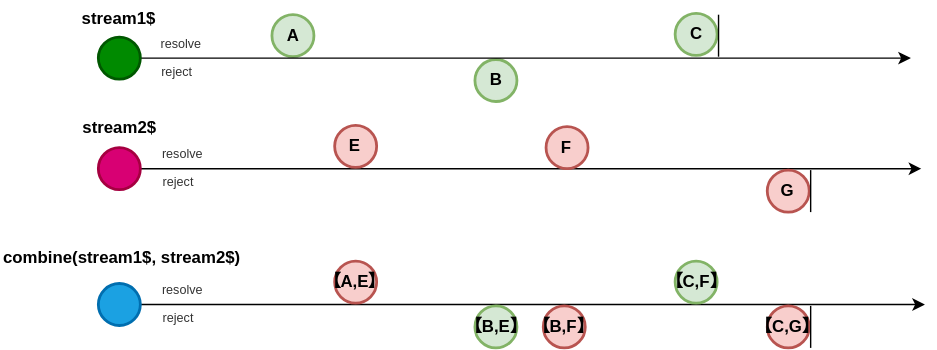
fluthjs/fluth-doc keeps this draw.io diagram as docs/public/combine.drawio.svg. Above is the earlier version. Source tidied: cells renumbered, new cells last; positions are measured from the earlier drawing's top-left corner, leaving out a move shared by most shapes. Its diagram source:
```xml
<mxGraphModel>
  <root>
    <mxCell id="0" />
    <mxCell id="1" parent="0" />
    <mxCell id="2" style="edgeStyle=orthogonalEdgeStyle;rounded=0;jettySize=auto;html=1;exitX=1;exitY=0.5;exitDx=0;exitDy=0;" parent="1" edge="1" source="5">
      <mxGeometry relative="1" as="geometry">
        <mxPoint x="657.4" y="120" as="targetPoint" />
        <Array as="points">
          <mxPoint x="109.4" y="120" />
        </Array>
      </mxGeometry>
    </mxCell>
    <mxCell id="3" value="&lt;b&gt;stream1$&lt;/b&gt;" style="text;html=1;align=center;verticalAlign=middle;whiteSpace=wrap;rounded=0;" parent="1" vertex="1">
      <mxGeometry x="2.1" width="165" height="26" as="geometry" />
    </mxCell>
    <mxCell id="4" value="&lt;b&gt;stream2$&lt;/b&gt;" style="text;html=1;align=center;verticalAlign=middle;whiteSpace=wrap;rounded=0;" parent="1" vertex="1">
      <mxGeometry x="9.6" y="78" width="150" height="26" as="geometry" />
    </mxCell>
    <mxCell id="5" style="ellipse;whiteSpace=wrap;html=1;strokeWidth=2;fontStyle=1;fillColor=#d80073;fontColor=#ffffff;strokeColor=#A50040;" parent="1" vertex="1">
      <mxGeometry x="69.6" y="105" width="30" height="30" as="geometry" />
    </mxCell>
    <mxCell id="6" value="A" style="ellipse;whiteSpace=wrap;html=1;strokeWidth=2;fontStyle=1;fillColor=#d5e8d4;strokeColor=#82b366;" parent="1" vertex="1">
      <mxGeometry x="193.6" y="10" width="30" height="30" as="geometry" />
    </mxCell>
    <mxCell id="7" value="B" style="ellipse;whiteSpace=wrap;html=1;strokeWidth=2;fontStyle=1;fillColor=#d5e8d4;strokeColor=#82b366;" parent="1" vertex="1">
      <mxGeometry x="338.6" y="42" width="30" height="30" as="geometry" />
    </mxCell>
    <mxCell id="8" value="C" style="ellipse;whiteSpace=wrap;html=1;strokeWidth=2;fontStyle=1;fillColor=#d5e8d4;strokeColor=#82b366;" parent="1" vertex="1">
      <mxGeometry x="481.6" y="9" width="30" height="30" as="geometry" />
    </mxCell>
    <mxCell id="9" value="E" style="ellipse;whiteSpace=wrap;html=1;strokeWidth=2;fontStyle=1;fillColor=#f8cecc;strokeColor=#b85450;" parent="1" vertex="1">
      <mxGeometry x="238.4" y="89" width="30" height="30" as="geometry" />
    </mxCell>
    <mxCell id="10" value="F" style="ellipse;whiteSpace=wrap;html=1;strokeWidth=2;fontStyle=1;fillColor=#f8cecc;strokeColor=#b85450;" parent="1" vertex="1">
      <mxGeometry x="389.4" y="90" width="30" height="30" as="geometry" />
    </mxCell>
    <mxCell id="11" value="G" style="ellipse;whiteSpace=wrap;html=1;strokeWidth=2;fontStyle=1;fillColor=#f8cecc;strokeColor=#b85450;" parent="1" vertex="1">
      <mxGeometry x="547.4" y="121" width="30" height="30" as="geometry" />
    </mxCell>
    <mxCell id="12" style="endArrow=none;html=1;rounded=0;strokeWidth=1;" parent="1" edge="1">
      <mxGeometry relative="1" as="geometry">
        <mxPoint x="512.6" y="40" as="sourcePoint" />
        <mxPoint x="512.6" y="10" as="targetPoint" />
      </mxGeometry>
    </mxCell>
    <mxCell id="13" style="endArrow=none;html=1;rounded=0;strokeWidth=1;" parent="1" edge="1">
      <mxGeometry relative="1" as="geometry">
        <mxPoint x="578.4" y="151" as="sourcePoint" />
        <mxPoint x="578.4" y="121" as="targetPoint" />
      </mxGeometry>
    </mxCell>
    <mxCell id="14" value="combine(stream1$, stream2$)" style="text;whiteSpace=wrap;strokeWidth=1;fontStyle=1;" parent="1" vertex="1">
      <mxGeometry y="170" width="213.2" height="32" as="geometry" />
    </mxCell>
    <mxCell id="15" style="edgeStyle=orthogonalEdgeStyle;rounded=0;jettySize=auto;html=1;" parent="1" edge="1" source="16">
      <mxGeometry relative="1" as="geometry">
        <mxPoint x="660" y="217" as="targetPoint" />
      </mxGeometry>
    </mxCell>
    <mxCell id="16" style="ellipse;whiteSpace=wrap;html=1;strokeWidth=2;fontStyle=1;fillColor=#1ba1e2;fontColor=#ffffff;strokeColor=#006EAF;" parent="1" vertex="1">
      <mxGeometry x="69.6" y="202" width="30" height="30" as="geometry" />
    </mxCell>
    <mxCell id="17" value="&lt;span style=&quot;color: rgb(0, 0, 0);&quot;&gt;【A,E】&lt;/span&gt;" style="ellipse;whiteSpace=wrap;html=1;strokeWidth=2;fontStyle=1;fillColor=#f8cecc;strokeColor=#b85450;" parent="1" vertex="1">
      <mxGeometry x="238.4" y="186" width="30" height="30" as="geometry" />
    </mxCell>
    <mxCell id="18" value="&lt;span style=&quot;color: rgb(0, 0, 0);&quot;&gt;【B,E】&lt;/span&gt;" style="ellipse;whiteSpace=wrap;html=1;strokeWidth=2;fontStyle=1;fillColor=#d5e8d4;strokeColor=#82b366;" parent="1" vertex="1">
      <mxGeometry x="338.6" y="218" width="30" height="30" as="geometry" />
    </mxCell>
    <mxCell id="19" value="&lt;span style=&quot;color: rgb(0, 0, 0);&quot;&gt;【B,F】&lt;/span&gt;" style="ellipse;whiteSpace=wrap;html=1;strokeWidth=2;fontStyle=1;fillColor=#f8cecc;strokeColor=#b85450;" parent="1" vertex="1">
      <mxGeometry x="387.4" y="218" width="30" height="30" as="geometry" />
    </mxCell>
    <mxCell id="20" value="&lt;span style=&quot;color: rgb(0, 0, 0);&quot;&gt;【C,F】&lt;/span&gt;" style="ellipse;whiteSpace=wrap;html=1;strokeWidth=2;fontStyle=1;fillColor=#d5e8d4;strokeColor=#82b366;" parent="1" vertex="1">
      <mxGeometry x="481.6" y="186" width="30" height="30" as="geometry" />
    </mxCell>
    <mxCell id="21" value="&lt;span style=&quot;color: rgb(0, 0, 0);&quot;&gt;【C,G】&lt;/span&gt;" style="ellipse;whiteSpace=wrap;html=1;strokeWidth=2;fontStyle=1;fillColor=#f8cecc;strokeColor=#b85450;" parent="1" vertex="1">
      <mxGeometry x="547.4" y="218" width="30" height="30" as="geometry" />
    </mxCell>
    <mxCell id="22" style="endArrow=none;html=1;rounded=0;strokeWidth=1;" parent="1" edge="1">
      <mxGeometry relative="1" as="geometry">
        <mxPoint x="578.4" y="248" as="sourcePoint" />
        <mxPoint x="578.4" y="218" as="targetPoint" />
      </mxGeometry>
    </mxCell>
    <mxCell id="23" value="resolve" style="text;html=1;align=center;verticalAlign=middle;whiteSpace=wrap;rounded=0;fontSize=9;fontColor=#333333;" parent="1" vertex="1">
      <mxGeometry x="98.8" y="16" width="60" height="30" as="geometry" />
    </mxCell>
    <mxCell id="24" value="reject" style="text;html=1;align=center;verticalAlign=middle;whiteSpace=wrap;rounded=0;fontSize=9;fontColor=#333333;" parent="1" vertex="1">
      <mxGeometry x="95.8" y="36" width="60" height="30" as="geometry" />
    </mxCell>
    <mxCell id="25" style="edgeStyle=orthogonalEdgeStyle;rounded=0;jettySize=auto;html=1;" parent="1" edge="1" source="26">
      <mxGeometry relative="1" as="geometry">
        <mxPoint x="650" y="41" as="targetPoint" />
      </mxGeometry>
    </mxCell>
    <mxCell id="26" style="ellipse;whiteSpace=wrap;html=1;strokeWidth=2;fontStyle=1;fillColor=#008a00;fontColor=#ffffff;strokeColor=#005700;" parent="1" vertex="1">
      <mxGeometry x="69.6" y="26" width="30" height="30" as="geometry" />
    </mxCell>
    <mxCell id="27" value="resolve" style="text;html=1;align=center;verticalAlign=middle;whiteSpace=wrap;rounded=0;fontSize=9;fontColor=#333333;" parent="1" vertex="1">
      <mxGeometry x="100.3" y="95" width="60" height="30" as="geometry" />
    </mxCell>
    <mxCell id="28" value="reject" style="text;html=1;align=center;verticalAlign=middle;whiteSpace=wrap;rounded=0;fontSize=9;fontColor=#333333;" parent="1" vertex="1">
      <mxGeometry x="97.3" y="115" width="60" height="30" as="geometry" />
    </mxCell>
    <mxCell id="29" value="resolve" style="text;html=1;align=center;verticalAlign=middle;whiteSpace=wrap;rounded=0;fontSize=9;fontColor=#333333;" parent="1" vertex="1">
      <mxGeometry x="100.3" y="192" width="60" height="30" as="geometry" />
    </mxCell>
    <mxCell id="30" value="reject" style="text;html=1;align=center;verticalAlign=middle;whiteSpace=wrap;rounded=0;fontSize=9;fontColor=#333333;" parent="1" vertex="1">
      <mxGeometry x="97.3" y="212" width="60" height="30" as="geometry" />
    </mxCell>
  </root>
</mxGraphModel>
```
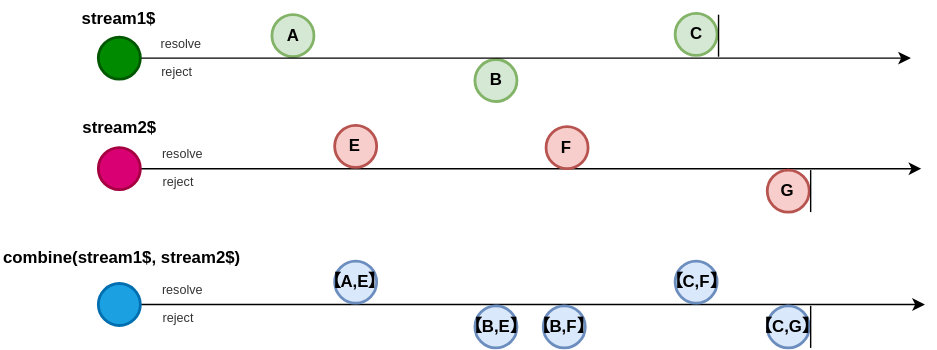
After the commit.

What changed in the source:
```diff
@@ -60,19 +60,19 @@
     <mxCell id="16" style="ellipse;whiteSpace=wrap;html=1;strokeWidth=2;fontStyle=1;fillColor=#1ba1e2;fontColor=#ffffff;strokeColor=#006EAF;" parent="1" vertex="1">
       <mxGeometry x="69.6" y="202" width="30" height="30" as="geometry" />
     </mxCell>
-    <mxCell id="17" value="&lt;span style=&quot;color: rgb(0, 0, 0);&quot;&gt;【A,E】&lt;/span&gt;" style="ellipse;whiteSpace=wrap;html=1;strokeWidth=2;fontStyle=1;fillColor=#f8cecc;strokeColor=#b85450;" parent="1" vertex="1">
+    <mxCell id="17" value="&lt;span style=&quot;color: rgb(0, 0, 0);&quot;&gt;【A,E】&lt;/span&gt;" style="ellipse;whiteSpace=wrap;html=1;strokeWidth=2;fontStyle=1;fillColor=#dae8fc;strokeColor=#6c8ebf;" parent="1" vertex="1">
       <mxGeometry x="238.4" y="186" width="30" height="30" as="geometry" />
     </mxCell>
-    <mxCell id="18" value="&lt;span style=&quot;color: rgb(0, 0, 0);&quot;&gt;【B,E】&lt;/span&gt;" style="ellipse;whiteSpace=wrap;html=1;strokeWidth=2;fontStyle=1;fillColor=#d5e8d4;strokeColor=#82b366;" parent="1" vertex="1">
+    <mxCell id="18" value="&lt;span style=&quot;color: rgb(0, 0, 0);&quot;&gt;【B,E】&lt;/span&gt;" style="ellipse;whiteSpace=wrap;html=1;strokeWidth=2;fontStyle=1;fillColor=#dae8fc;strokeColor=#6c8ebf;" parent="1" vertex="1">
       <mxGeometry x="338.6" y="218" width="30" height="30" as="geometry" />
     </mxCell>
-    <mxCell id="19" value="&lt;span style=&quot;color: rgb(0, 0, 0);&quot;&gt;【B,F】&lt;/span&gt;" style="ellipse;whiteSpace=wrap;html=1;strokeWidth=2;fontStyle=1;fillColor=#f8cecc;strokeColor=#b85450;" parent="1" vertex="1">
+    <mxCell id="19" value="&lt;span style=&quot;color: rgb(0, 0, 0);&quot;&gt;【B,F】&lt;/span&gt;" style="ellipse;whiteSpace=wrap;html=1;strokeWidth=2;fontStyle=1;fillColor=#dae8fc;strokeColor=#6c8ebf;" parent="1" vertex="1">
       <mxGeometry x="387.4" y="218" width="30" height="30" as="geometry" />
     </mxCell>
-    <mxCell id="20" value="&lt;span style=&quot;color: rgb(0, 0, 0);&quot;&gt;【C,F】&lt;/span&gt;" style="ellipse;whiteSpace=wrap;html=1;strokeWidth=2;fontStyle=1;fillColor=#d5e8d4;strokeColor=#82b366;" parent="1" vertex="1">
+    <mxCell id="20" value="&lt;span style=&quot;color: rgb(0, 0, 0);&quot;&gt;【C,F】&lt;/span&gt;" style="ellipse;whiteSpace=wrap;html=1;strokeWidth=2;fontStyle=1;fillColor=#dae8fc;strokeColor=#6c8ebf;" parent="1" vertex="1">
       <mxGeometry x="481.6" y="186" width="30" height="30" as="geometry" />
     </mxCell>
-    <mxCell id="21" value="&lt;span style=&quot;color: rgb(0, 0, 0);&quot;&gt;【C,G】&lt;/span&gt;" style="ellipse;whiteSpace=wrap;html=1;strokeWidth=2;fontStyle=1;fillColor=#f8cecc;strokeColor=#b85450;" parent="1" vertex="1">
+    <mxCell id="21" value="&lt;span style=&quot;color: rgb(0, 0, 0);&quot;&gt;【C,G】&lt;/span&gt;" style="ellipse;whiteSpace=wrap;html=1;strokeWidth=2;fontStyle=1;fillColor=#dae8fc;strokeColor=#6c8ebf;" parent="1" vertex="1">
       <mxGeometry x="547.4" y="218" width="30" height="30" as="geometry" />
     </mxCell>
     <mxCell id="22" style="endArrow=none;html=1;rounded=0;strokeWidth=1;" parent="1" edge="1">
```
